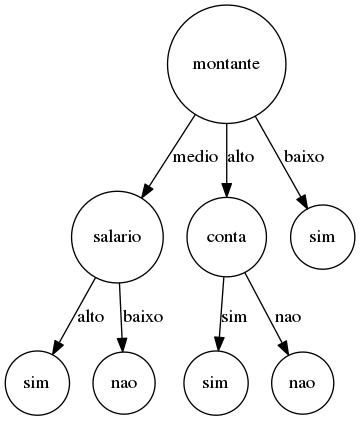
Above: Digraph.gv.png in netoaraujjo/id3 (Graphviz), before the change. Its source is kept beside it as Digraph.gv.
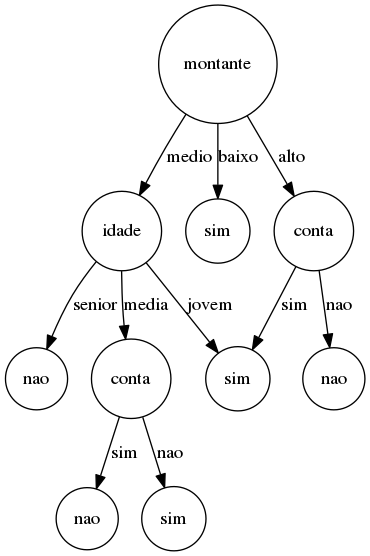
Later version of the same file.

What changed in the source:
```diff
@@ -1,18 +1,24 @@
 digraph {
 	node [shape=circle]
 	montante0 [label=montante]
-	salario3 [label=salario]
-	sim6 [label=sim]
-		salario3 -> sim6 [label=alto]
-	nao7 [label=nao]
-		salario3 -> nao7 [label=baixo]
-		montante0 -> salario3 [label=medio]
-	conta4 [label=conta]
-	sim7 [label=sim]
-		conta4 -> sim7 [label=sim]
-	nao8 [label=nao]
-		conta4 -> nao8 [label=nao]
-		montante0 -> conta4 [label=alto]
-	sim5 [label=sim]
-		montante0 -> sim5 [label=baixo]
+	idade3 [label=idade]
+	nao6 [label=nao]
+		idade3 -> nao6 [label=senior]
+	conta7 [label=conta]
+	nao10 [label=nao]
+		conta7 -> nao10 [label=sim]
+	sim11 [label=sim]
+		conta7 -> sim11 [label=nao]
+		idade3 -> conta7 [label=media]
+	sim8 [label=sim]
+		idade3 -> sim8 [label=jovem]
+		montante0 -> idade3 [label=medio]
+	sim4 [label=sim]
+		montante0 -> sim4 [label=baixo]
+	conta5 [label=conta]
+	sim8 [label=sim]
+		conta5 -> sim8 [label=sim]
+	nao9 [label=nao]
+		conta5 -> nao9 [label=nao]
+		montante0 -> conta5 [label=alto]
 }
```
